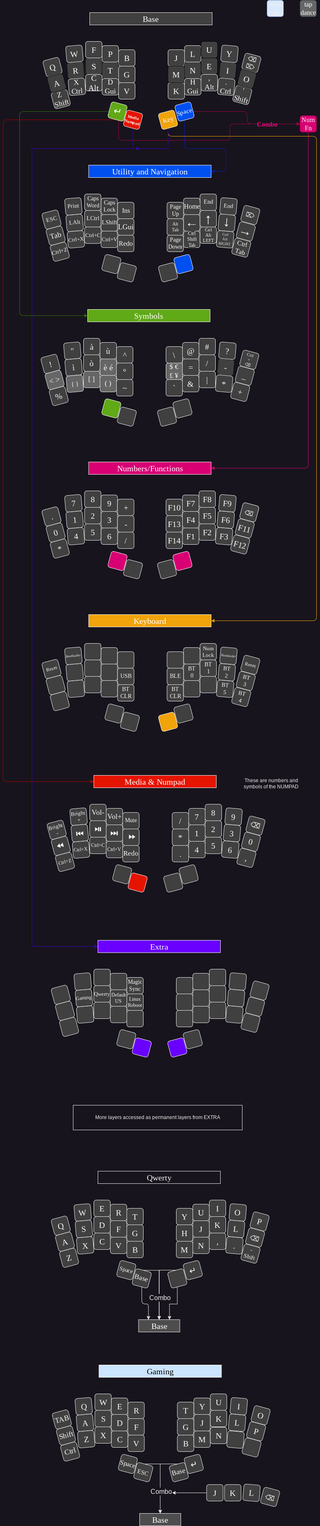
This is Cotechino.png from fractalysid/Cotechino_Keyboard_Layout, a draw.io export, as it was before one commit. Source tidied: cells renumbered, new cells last; positions are measured from the earlier drawing's top-left corner, leaving out a move shared by most shapes.
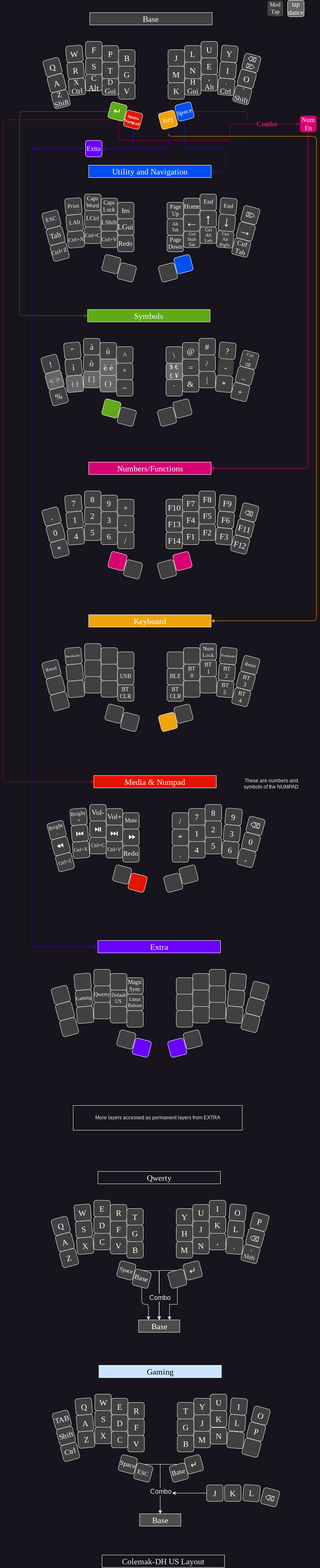
The same diagram one commit later.

Change to the diagram source:
```diff
@@ -2,7 +2,7 @@
   <root>
     <mxCell id="0" />
     <mxCell id="1" parent="0" />
-    <mxCell id="2" value="R" style="rounded=1;whiteSpace=wrap;html=1;fontSize=20;fillColor=#404040;fontFamily=Tahoma;fontColor=#FFFFFF;rotation=355;strokeColor=#171717;verticalAlign=middle;" parent="1" vertex="1">
+    <mxCell id="2" value="R" style="rounded=1;whiteSpace=wrap;html=1;fontSize=20;fillColor=#404040;fontFamily=Tahoma;fontColor=#FFFFFF;rotation=355;strokeColor=#FFFFFF;verticalAlign=middle;" parent="1" vertex="1">
       <mxGeometry x="156" y="150" width="40" height="40" as="geometry" />
     </mxCell>
     <mxCell id="3" value="Base" style="rounded=0;whiteSpace=wrap;html=1;fontSize=20;fillColor=#404040;glass=0;sketch=0;fontColor=#FFFFFF;fontFamily=Lucida Console;" parent="1" vertex="1">
@@ -14,7 +14,7 @@
     <mxCell id="5" value="B" style="rounded=1;whiteSpace=wrap;html=1;fontSize=20;fillColor=#404040;fontFamily=Tahoma;fontColor=#FAFAFA;" parent="1" vertex="1">
       <mxGeometry x="280" y="120" width="40" height="40" as="geometry" />
     </mxCell>
-    <mxCell id="6" value="T" style="rounded=1;whiteSpace=wrap;html=1;fontSize=20;fillColor=#404040;fontFamily=Tahoma;fontColor=#ffffff;strokeColor=#171717;verticalAlign=middle;" parent="1" vertex="1">
+    <mxCell id="6" value="T" style="rounded=1;whiteSpace=wrap;html=1;fontSize=20;fillColor=#404040;fontFamily=Tahoma;fontColor=#ffffff;strokeColor=#FFFFFF;verticalAlign=middle;" parent="1" vertex="1">
       <mxGeometry x="240" y="150" width="40" height="40" as="geometry" />
     </mxCell>
     <mxCell id="7" value="G" style="rounded=1;whiteSpace=wrap;html=1;fontSize=20;fillColor=#404040;fontFamily=Tahoma;fontColor=#FAFAFA;" parent="1" vertex="1">
@@ -23,7 +23,7 @@
     <mxCell id="8" value="W" style="rounded=1;whiteSpace=wrap;html=1;fontSize=20;fillColor=#404040;fontFamily=Tahoma;fontColor=#FAFAFA;rotation=-5;" parent="1" vertex="1">
       <mxGeometry x="153" y="110" width="40" height="40" as="geometry" />
     </mxCell>
-    <mxCell id="9" value="S" style="rounded=1;whiteSpace=wrap;html=1;fontSize=20;fillColor=#404040;fontFamily=Tahoma;fontColor=#FFFFFF;strokeColor=#171717;verticalAlign=middle;" parent="1" vertex="1">
+    <mxCell id="9" value="S" style="rounded=1;whiteSpace=wrap;html=1;fontSize=20;fillColor=#404040;fontFamily=Tahoma;fontColor=#FFFFFF;strokeColor=#FFFFFF;verticalAlign=middle;" parent="1" vertex="1">
       <mxGeometry x="200" y="140" width="40" height="40" as="geometry" />
     </mxCell>
     <mxCell id="10" value="D&lt;br style=&quot;font-size: 18px;&quot;&gt;Gui" style="rounded=1;whiteSpace=wrap;html=1;fontSize=18;fillColor=#404040;fontFamily=Tahoma;fontColor=#FAFAFA;verticalAlign=middle;" parent="1" vertex="1">
@@ -41,7 +41,7 @@
     <mxCell id="14" value="Q" style="rounded=1;whiteSpace=wrap;html=1;fontSize=20;fillColor=#404040;fontFamily=Tahoma;fontColor=#FAFAFA;rotation=345;" parent="1" vertex="1">
       <mxGeometry x="100" y="142" width="40" height="40" as="geometry" />
     </mxCell>
-    <mxCell id="15" value="A" style="rounded=1;whiteSpace=wrap;html=1;fontSize=20;fillColor=#404040;fontFamily=Tahoma;rotation=345;strokeColor=#000000;fontColor=#FFFFFF;" parent="1" vertex="1">
+    <mxCell id="15" value="A" style="rounded=1;whiteSpace=wrap;html=1;fontSize=20;fillColor=#404040;fontFamily=Tahoma;rotation=345;strokeColor=#FFFFFF;fontColor=#FFFFFF;" parent="1" vertex="1">
       <mxGeometry x="110" y="181" width="40" height="40" as="geometry" />
     </mxCell>
     <mxCell id="16" style="edgeStyle=orthogonalEdgeStyle;jettySize=auto;html=1;fontFamily=Tahoma;fontSize=16;fontColor=#FAFAFA;entryX=0;entryY=0.5;entryDx=0;entryDy=0;fillColor=#60a917;strokeColor=#2D7600;rounded=1;" parent="1" edge="1" target="67">
@@ -63,7 +63,7 @@
         </Array>
       </mxGeometry>
     </mxCell>
-    <mxCell id="18" value="I" style="rounded=1;whiteSpace=wrap;html=1;fontSize=20;fillColor=#404040;fontFamily=Tahoma;rotation=5;flipV=0;flipH=0;direction=east;strokeColor=#000000;verticalAlign=middle;fontColor=#FFFFFF;" parent="1" vertex="1">
+    <mxCell id="18" value="I" style="rounded=1;whiteSpace=wrap;html=1;fontSize=20;fillColor=#404040;fontFamily=Tahoma;rotation=5;flipV=0;flipH=0;direction=east;strokeColor=#FFFFFF;verticalAlign=middle;fontColor=#FFFFFF;" parent="1" vertex="1">
       <mxGeometry x="525" y="150" width="40" height="40" as="geometry" />
     </mxCell>
     <mxCell id="19" value="K" style="rounded=1;whiteSpace=wrap;html=1;fontSize=20;fillColor=#404040;fontFamily=Tahoma;fontColor=#FAFAFA;flipV=0;flipH=0;direction=east;" parent="1" vertex="1">
@@ -72,13 +72,13 @@
     <mxCell id="20" value="J" style="rounded=1;whiteSpace=wrap;html=1;fontSize=20;fillColor=#404040;fontFamily=Tahoma;fontColor=#FAFAFA;flipV=0;flipH=0;direction=east;" parent="1" vertex="1">
       <mxGeometry x="400" y="120" width="40" height="40" as="geometry" />
     </mxCell>
-    <mxCell id="21" value="N" style="rounded=1;whiteSpace=wrap;html=1;fontSize=20;fillColor=#404040;fontFamily=Tahoma;fontColor=#ffffff;flipV=0;flipH=0;direction=east;strokeColor=#171717;verticalAlign=middle;" parent="1" vertex="1">
+    <mxCell id="21" value="N" style="rounded=1;whiteSpace=wrap;html=1;fontSize=20;fillColor=#404040;fontFamily=Tahoma;fontColor=#ffffff;flipV=0;flipH=0;direction=east;strokeColor=#FFFFFF;verticalAlign=middle;" parent="1" vertex="1">
       <mxGeometry x="440" y="150" width="40" height="40" as="geometry" />
     </mxCell>
-    <mxCell id="22" value="M" style="rounded=1;whiteSpace=wrap;html=1;fontSize=20;fillColor=#404040;fontFamily=Tahoma;fontColor=#FAFAFA;flipV=0;flipH=0;direction=east;strokeColor=#171717;" parent="1" vertex="1">
+    <mxCell id="22" value="M" style="rounded=1;whiteSpace=wrap;html=1;fontSize=20;fillColor=#404040;fontFamily=Tahoma;fontColor=#FAFAFA;flipV=0;flipH=0;direction=east;strokeColor=#FFFFFF;" parent="1" vertex="1">
       <mxGeometry x="400" y="160" width="40" height="40" as="geometry" />
     </mxCell>
-    <mxCell id="23" value="E" style="rounded=1;whiteSpace=wrap;html=1;fontSize=20;fillColor=#404040;fontFamily=Tahoma;flipV=0;flipH=0;direction=east;strokeColor=#000000;verticalAlign=middle;fontColor=#FFFFFF;" parent="1" vertex="1">
+    <mxCell id="23" value="E" style="rounded=1;whiteSpace=wrap;html=1;fontSize=20;fillColor=#404040;fontFamily=Tahoma;flipV=0;flipH=0;direction=east;strokeColor=#FFFFFF;verticalAlign=middle;fontColor=#FFFFFF;" parent="1" vertex="1">
       <mxGeometry x="480" y="140" width="40" height="40" as="geometry" />
     </mxCell>
     <mxCell id="24" value="H&lt;br style=&quot;font-size: 18px;&quot;&gt;Gui" style="rounded=1;whiteSpace=wrap;html=1;fontSize=18;fillColor=#404040;fontFamily=Tahoma;fontColor=#FAFAFA;flipV=0;flipH=0;direction=east;verticalAlign=middle;" parent="1" vertex="1">
@@ -96,7 +96,7 @@
     <mxCell id="28" value="&lt;span style=&quot;font-family: &amp;quot;segoe ui emoji&amp;quot;, &amp;quot;apple color emoji&amp;quot;, &amp;quot;noto color emoji&amp;quot;; font-size: 15px;&quot;&gt;⌫&lt;br style=&quot;font-size: 15px;&quot;&gt;&lt;/span&gt;&lt;span style=&quot;font-family: &amp;quot;segoe ui emoji&amp;quot;, &amp;quot;apple color emoji&amp;quot;, &amp;quot;noto color emoji&amp;quot;; font-size: 15px;&quot;&gt;⌦&lt;/span&gt;&lt;span style=&quot;font-family: &amp;quot;segoe ui emoji&amp;quot;, &amp;quot;apple color emoji&amp;quot;, &amp;quot;noto color emoji&amp;quot;; font-size: 15px;&quot;&gt;&lt;br style=&quot;font-size: 15px;&quot;&gt;&lt;/span&gt;" style="rounded=1;whiteSpace=wrap;html=1;fontSize=15;fillColor=#404040;fontFamily=Tahoma;fontColor=#FAFAFA;rotation=15;flipV=0;flipH=0;direction=east;" parent="1" vertex="1">
       <mxGeometry x="582" y="132" width="40" height="40" as="geometry" />
     </mxCell>
-    <mxCell id="29" value="O" style="rounded=1;whiteSpace=wrap;html=1;fontSize=20;fillColor=#404040;fontFamily=Tahoma;rotation=15;flipV=0;flipH=0;direction=east;strokeColor=#000000;fontColor=#FFFFFF;" parent="1" vertex="1">
+    <mxCell id="29" value="O" style="rounded=1;whiteSpace=wrap;html=1;fontSize=20;fillColor=#404040;fontFamily=Tahoma;rotation=15;flipV=0;flipH=0;direction=east;strokeColor=#FFFFFF;fontColor=#FFFFFF;" parent="1" vertex="1">
       <mxGeometry x="571" y="171" width="40" height="40" as="geometry" />
     </mxCell>
     <mxCell id="30" style="edgeStyle=orthogonalEdgeStyle;rounded=1;jettySize=auto;html=1;entryX=0;entryY=0.5;entryDx=0;entryDy=0;fontFamily=Tahoma;fontSize=16;fontColor=#FAFAFA;fillColor=#d80073;strokeColor=#A50040;" parent="1" edge="1" source="33" target="199">
@@ -194,13 +194,13 @@
     <mxCell id="58" value="&lt;span style=&quot;color: rgb(250, 250, 250); font-family: sans-serif; font-size: 35px; font-style: normal; font-variant-ligatures: normal; font-variant-caps: normal; font-weight: 400; letter-spacing: normal; orphans: 2; text-align: center; text-indent: 0px; text-transform: none; widows: 2; word-spacing: 0px; -webkit-text-stroke-width: 0px; background-color: rgb(64, 64, 64); text-decoration-thickness: initial; text-decoration-style: initial; text-decoration-color: initial; float: none; display: inline !important;&quot;&gt;↑&lt;/span&gt;" style="rounded=1;whiteSpace=wrap;html=1;fontSize=14;fillColor=#404040;fontFamily=Tahoma;fontColor=#FAFAFA;flipV=0;flipH=0;direction=east;" parent="1" vertex="1">
       <mxGeometry x="477.5" y="510" width="40" height="40" as="geometry" />
     </mxCell>
-    <mxCell id="59" value="&lt;span style=&quot;background-color: rgb(64, 64, 64); font-size: 12px;&quot;&gt;Ctrl&lt;br style=&quot;font-size: 12px;&quot;&gt;Shift&lt;br style=&quot;font-size: 12px;&quot;&gt;Tab&lt;br style=&quot;font-size: 12px;&quot;&gt;&lt;/span&gt;" style="rounded=1;whiteSpace=wrap;html=1;fontSize=12;fillColor=#404040;fontFamily=Tahoma;fontColor=#FAFAFA;flipV=0;flipH=0;direction=east;" parent="1" vertex="1">
+    <mxCell id="59" value="&lt;span style=&quot;background-color: rgb(64, 64, 64); font-size: 11px;&quot;&gt;Ctrl&lt;br style=&quot;font-size: 11px;&quot;&gt;Shift&lt;br style=&quot;font-size: 11px;&quot;&gt;Tab&lt;br style=&quot;font-size: 11px;&quot;&gt;&lt;/span&gt;" style="rounded=1;whiteSpace=wrap;html=1;fontSize=11;fillColor=#404040;fontFamily=Tahoma;fontColor=#FAFAFA;flipV=0;flipH=0;direction=east;" parent="1" vertex="1">
       <mxGeometry x="437.5" y="560" width="40" height="40" as="geometry" />
     </mxCell>
-    <mxCell id="60" value="&lt;span style=&quot;color: rgb(250, 250, 250); font-family: Tahoma; font-size: 11px; font-style: normal; font-variant-ligatures: normal; font-variant-caps: normal; font-weight: 400; letter-spacing: normal; orphans: 2; text-align: center; text-indent: 0px; text-transform: none; widows: 2; word-spacing: 0px; -webkit-text-stroke-width: 0px; background-color: rgb(64, 64, 64); text-decoration-thickness: initial; text-decoration-style: initial; text-decoration-color: initial; float: none; display: inline !important;&quot;&gt;&lt;span style=&quot;font-size: 11px;&quot;&gt;Ctrl&lt;/span&gt;&lt;br style=&quot;border-color: var(--border-color); font-size: 11px;&quot;&gt;&lt;span style=&quot;font-size: 11px;&quot;&gt;Alt&lt;/span&gt;&lt;br style=&quot;border-color: var(--border-color); font-size: 11px;&quot;&gt;&lt;span style=&quot;font-size: 11px;&quot;&gt;LEFT&lt;/span&gt;&lt;br style=&quot;font-size: 11px;&quot;&gt;&lt;/span&gt;" style="rounded=1;whiteSpace=wrap;html=1;fontSize=11;fillColor=#404040;fontFamily=Tahoma;fontColor=#FAFAFA;flipV=0;flipH=0;direction=east;" parent="1" vertex="1">
+    <mxCell id="60" value="&lt;span style=&quot;color: rgb(250, 250, 250); font-family: Tahoma; font-size: 11px; font-style: normal; font-variant-ligatures: normal; font-variant-caps: normal; font-weight: 400; letter-spacing: normal; orphans: 2; text-align: center; text-indent: 0px; text-transform: none; widows: 2; word-spacing: 0px; -webkit-text-stroke-width: 0px; background-color: rgb(64, 64, 64); text-decoration-thickness: initial; text-decoration-style: initial; text-decoration-color: initial; float: none; display: inline !important;&quot;&gt;&lt;span style=&quot;font-size: 11px;&quot;&gt;Ctrl&lt;/span&gt;&lt;br style=&quot;border-color: var(--border-color); font-size: 11px;&quot;&gt;&lt;span style=&quot;font-size: 11px;&quot;&gt;Alt&lt;/span&gt;&lt;br style=&quot;border-color: var(--border-color); font-size: 11px;&quot;&gt;&lt;span style=&quot;font-size: 11px;&quot;&gt;Left&lt;/span&gt;&lt;br style=&quot;font-size: 11px;&quot;&gt;&lt;/span&gt;" style="rounded=1;whiteSpace=wrap;html=1;fontSize=11;fillColor=#404040;fontFamily=Tahoma;fontColor=#FAFAFA;flipV=0;flipH=0;direction=east;" parent="1" vertex="1">
       <mxGeometry x="477.5" y="550" width="40" height="40" as="geometry" />
     </mxCell>
-    <mxCell id="61" value="&lt;span style=&quot;color: rgb(250, 250, 250); font-family: Tahoma; font-size: 9px; font-style: normal; font-variant-ligatures: normal; font-variant-caps: normal; font-weight: 400; letter-spacing: normal; orphans: 2; text-align: center; text-indent: 0px; text-transform: none; widows: 2; word-spacing: 0px; -webkit-text-stroke-width: 0px; background-color: rgb(64, 64, 64); text-decoration-thickness: initial; text-decoration-style: initial; text-decoration-color: initial; float: none; display: inline !important;&quot;&gt;Ctrl&lt;br style=&quot;font-size: 9px;&quot;&gt;Alt&lt;br style=&quot;font-size: 9px;&quot;&gt;RIGHT&lt;br style=&quot;font-size: 9px;&quot;&gt;&lt;/span&gt;" style="rounded=1;whiteSpace=wrap;html=1;fontSize=9;fillColor=#404040;fontFamily=Tahoma;fontColor=#FAFAFA;rotation=5;flipV=0;flipH=0;direction=east;" parent="1" vertex="1">
+    <mxCell id="61" value="&lt;span style=&quot;color: rgb(250, 250, 250); font-family: Tahoma; font-size: 11px; font-style: normal; font-variant-ligatures: normal; font-variant-caps: normal; font-weight: 400; letter-spacing: normal; orphans: 2; text-align: center; text-indent: 0px; text-transform: none; widows: 2; word-spacing: 0px; -webkit-text-stroke-width: 0px; background-color: rgb(64, 64, 64); text-decoration-thickness: initial; text-decoration-style: initial; text-decoration-color: initial; float: none; display: inline !important;&quot;&gt;Ctrl&lt;br style=&quot;font-size: 11px;&quot;&gt;Alt&lt;br style=&quot;font-size: 11px;&quot;&gt;Right&lt;br style=&quot;font-size: 11px;&quot;&gt;&lt;/span&gt;" style="rounded=1;whiteSpace=wrap;html=1;fontSize=11;fillColor=#404040;fontFamily=Tahoma;fontColor=#FAFAFA;rotation=5;flipV=0;flipH=0;direction=east;" parent="1" vertex="1">
       <mxGeometry x="518.5" y="560" width="40" height="40" as="geometry" />
     </mxCell>
     <mxCell id="62" value="Ctrl&lt;br style=&quot;font-size: 16px;&quot;&gt;Tab" style="rounded=1;whiteSpace=wrap;html=1;fontSize=16;fillColor=#404040;fontFamily=Tahoma;fontColor=#FAFAFA;rotation=15;flipV=0;flipH=0;direction=east;" parent="1" vertex="1">
@@ -636,7 +636,7 @@
     <mxCell id="202" value="L" style="rounded=1;whiteSpace=wrap;html=1;fontSize=20;fillColor=#404040;fontFamily=Tahoma;fontColor=#FAFAFA;flipV=0;flipH=0;direction=east;" parent="1" vertex="1">
       <mxGeometry x="440" y="110" width="40" height="40" as="geometry" />
     </mxCell>
-    <mxCell id="203" value="U" style="rounded=1;whiteSpace=wrap;html=1;fontSize=20;fillColor=#404040;fontFamily=Tahoma;flipV=0;flipH=0;direction=east;strokeColor=#000000;fontColor=#FFFFFF;" parent="1" vertex="1">
+    <mxCell id="203" value="U" style="rounded=1;whiteSpace=wrap;html=1;fontSize=20;fillColor=#404040;fontFamily=Tahoma;flipV=0;flipH=0;direction=east;strokeColor=#FFFFFF;fontColor=#FFFFFF;" parent="1" vertex="1">
       <mxGeometry x="480" y="100" width="40" height="40" as="geometry" />
     </mxCell>
     <mxCell id="204" value="Y" style="rounded=1;whiteSpace=wrap;html=1;fontSize=20;fillColor=#404040;fontFamily=Tahoma;fontColor=#FAFAFA;rotation=5;flipV=0;flipH=0;direction=east;" parent="1" vertex="1">
@@ -727,9 +727,8 @@
         </Array>
       </mxGeometry>
     </mxCell>
-    <mxCell id="226" style="edgeStyle=orthogonalEdgeStyle;rounded=0;jettySize=auto;html=1;fillColor=#6a00ff;strokeColor=#3700CC;" parent="1" edge="1" source="227">
+    <mxCell id="226" style="edgeStyle=orthogonalEdgeStyle;rounded=0;jettySize=auto;html=1;fillColor=#6a00ff;strokeColor=#3700CC;entryX=1;entryY=0.5;entryDx=0;entryDy=0;" parent="1" edge="1" source="227" target="349">
       <mxGeometry relative="1" as="geometry">
-        <mxPoint x="320" y="360" as="targetPoint" />
         <Array as="points">
           <mxPoint x="400" y="360" />
         </Array>
@@ -741,8 +740,8 @@
     <mxCell id="228" style="rounded=1;whiteSpace=wrap;html=1;fontSize=20;fillColor=#404040;fontFamily=Tahoma;fontColor=#FAFAFA;rotation=345;flipV=0;flipH=0;direction=east;" parent="1" vertex="1">
       <mxGeometry x="377.5" y="990" width="40" height="40" as="geometry" />
     </mxCell>
-    <mxCell id="229" value="tap&lt;br style=&quot;font-size: 16px;&quot;&gt;dance" style="rounded=1;whiteSpace=wrap;html=1;fontSize=16;fillColor=#666666;fontFamily=Tahoma;flipV=0;flipH=0;direction=east;strokeColor=#314354;fontColor=#ffffff;" parent="1" vertex="1">
-      <mxGeometry x="720" width="40" height="40" as="geometry" />
+    <mxCell id="229" value="tap&lt;br style=&quot;font-size: 16px;&quot;&gt;dance" style="rounded=1;whiteSpace=wrap;html=1;fontSize=16;fillColor=#666666;fontFamily=Tahoma;flipV=0;flipH=0;direction=east;strokeColor=#FFFFFF;fontColor=#ffffff;" parent="1" vertex="1">
+      <mxGeometry x="690" width="40" height="40" as="geometry" />
     </mxCell>
     <mxCell id="230" value="A" style="rounded=1;whiteSpace=wrap;html=1;fontSize=20;fillColor=#404040;fontFamily=Tahoma;fontColor=#FAFAFA;rotation=355;" parent="1" vertex="1">
       <mxGeometry x="178.5" y="3430" width="40" height="40" as="geometry" />
@@ -882,9 +881,6 @@
     <mxCell id="273" value="Base" style="rounded=1;whiteSpace=wrap;html=1;fontSize=17;fillColor=#404040;fontFamily=Tahoma;fontColor=#FAFAFA;rotation=345;flipV=0;flipH=0;direction=east;" parent="1" vertex="1">
       <mxGeometry x="406.2" y="3550" width="40" height="40" as="geometry" />
     </mxCell>
-    <mxCell id="274" value="mod&lt;br&gt;tap" style="rounded=1;whiteSpace=wrap;html=1;fontSize=16;fillColor=#dae8fc;fontFamily=Tahoma;flipV=0;flipH=0;direction=east;strokeColor=#6c8ebf;" parent="1" vertex="1">
-      <mxGeometry x="640" width="40" height="40" as="geometry" />
-    </mxCell>
     <mxCell id="275" value="Media &amp;amp; Numpad" style="rounded=0;whiteSpace=wrap;html=1;fontSize=20;glass=0;sketch=0;fontFamily=Lucida Console;fillColor=#e51400;strokeColor=#FFFFFF;fontColor=#ffffff;" parent="1" vertex="1">
       <mxGeometry x="220" y="1880" width="297" height="30" as="geometry" />
     </mxCell>
@@ -1101,5 +1097,14 @@
     <mxCell id="346" value="More layers accessed as permanent layers from EXTRA" style="whiteSpace=wrap;html=1;" parent="1" vertex="1">
       <mxGeometry x="170" y="2680" width="410" height="60" as="geometry" />
     </mxCell>
+    <mxCell id="347" value="Mod&lt;br style=&quot;font-size: 14px;&quot;&gt;Tap" style="rounded=1;whiteSpace=wrap;html=1;fontSize=14;fillColor=#404040;fontFamily=Tahoma;fontColor=#FAFAFA;flipV=0;flipH=0;direction=east;strokeColor=#000000;" parent="1" vertex="1">
+      <mxGeometry x="640" width="40" height="40" as="geometry" />
+    </mxCell>
+    <mxCell id="348" value="Colemak-DH US Layout" style="rounded=0;whiteSpace=wrap;html=1;fontSize=20;glass=0;sketch=0;fontFamily=Lucida Console;" parent="1" vertex="1">
+      <mxGeometry x="240" y="3770" width="297" height="30" as="geometry" />
+    </mxCell>
+    <mxCell id="349" value="Extra" style="rounded=1;whiteSpace=wrap;html=1;fontSize=16;fillColor=#6a00ff;fontFamily=Tahoma;fontColor=#ffffff;flipV=0;flipH=0;direction=east;strokeColor=#FFFFFF;" parent="1" vertex="1">
+      <mxGeometry x="200" y="340" width="40" height="40" as="geometry" />
+    </mxCell>
   </root>
 </mxGraphModel>
```
